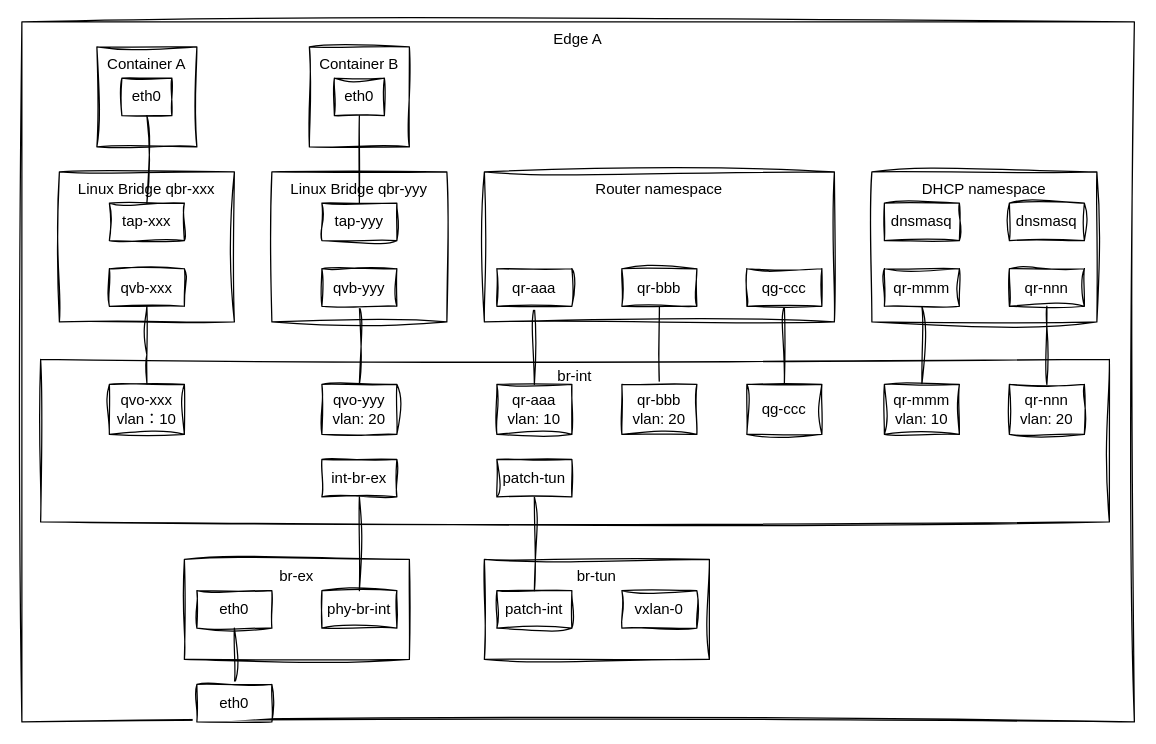
wangkuntian/draw keeps this draw.io diagram as page "单节点跨子网" (2 of 5) of test.drawio. Above is the earlier version. Source tidied: cells renumbered, new cells numbered last; positions are measured from the earlier drawing's top-left corner, leaving out a move shared by most shapes. Both pictures are drawn from the tidied source at 125%, with x=0, y=0 at pixel (21, 21).
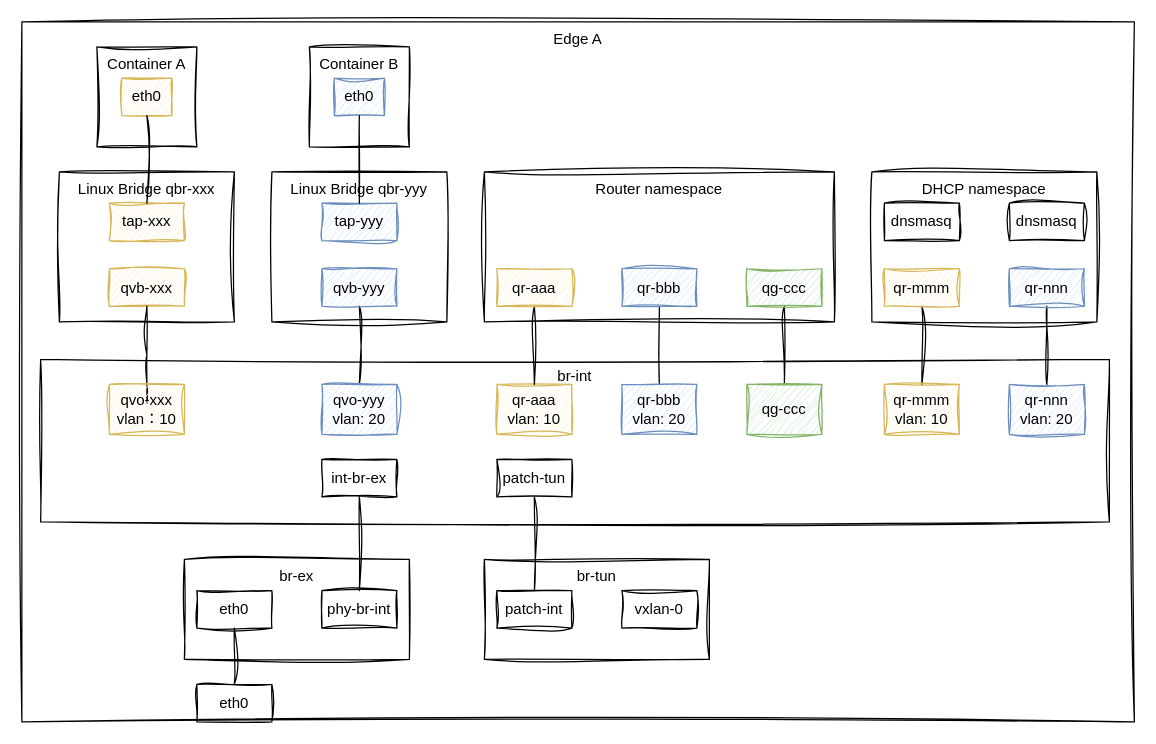
The same diagram, later.

Diff of the diagram source:
```diff
@@
-    <mxCell id="2" value="Edge A" style="rounded=0;whiteSpace=wrap;html=1;verticalAlign=top;labelBackgroundColor=none;sketch=1;curveFitting=1;jiggle=2;" parent="1" vertex="1">
+    <mxCell id="2" value="Edge A" style="rounded=0;whiteSpace=wrap;html=1;verticalAlign=top;labelBackgroundColor=none;sketch=1;curveFitting=1;jiggle=2;fillColor=none;" parent="1" vertex="1">
       <mxGeometry width="890" height="560" as="geometry" />
     </mxCell>
-    <mxCell id="3" value="Container A" style="whiteSpace=wrap;html=1;verticalAlign=top;align=center;fontFamily=Helvetica;fontSize=12;labelBackgroundColor=none;sketch=1;curveFitting=1;jiggle=2;rounded=0;" parent="1" vertex="1">
+    <mxCell id="3" value="Container A" style="whiteSpace=wrap;html=1;verticalAlign=top;align=center;fontFamily=Helvetica;fontSize=12;labelBackgroundColor=none;sketch=1;curveFitting=1;jiggle=2;rounded=0;fillColor=none;" parent="1" vertex="1">
       <mxGeometry x="60" y="20" width="80" height="80" as="geometry" />
     </mxCell>
-    <mxCell id="4" value="eth0" style="rounded=0;whiteSpace=wrap;html=1;labelBackgroundColor=none;sketch=1;curveFitting=1;jiggle=2;" parent="1" vertex="1">
+    <mxCell id="4" value="eth0" style="rounded=0;whiteSpace=wrap;html=1;labelBackgroundColor=none;sketch=1;curveFitting=1;jiggle=2;fillColor=#fff2cc;strokeColor=#d6b656;" parent="1" vertex="1">
       <mxGeometry x="80" y="45" width="40" height="30" as="geometry" />
     </mxCell>
-    <mxCell id="5" value="Linux Bridge qbr-xxx" style="rounded=0;whiteSpace=wrap;html=1;verticalAlign=top;labelBackgroundColor=none;sketch=1;curveFitting=1;jiggle=2;" parent="1" vertex="1">
+    <mxCell id="5" value="Linux Bridge qbr-xxx" style="rounded=0;whiteSpace=wrap;html=1;verticalAlign=top;labelBackgroundColor=none;sketch=1;curveFitting=1;jiggle=2;fillColor=none;" parent="1" vertex="1">
       <mxGeometry x="30" y="120" width="140" height="120" as="geometry" />
     </mxCell>
-    <mxCell id="6" value="tap-xxx" style="rounded=0;whiteSpace=wrap;html=1;labelBackgroundColor=none;sketch=1;curveFitting=1;jiggle=2;" parent="1" vertex="1">
+    <mxCell id="6" value="tap-xxx" style="rounded=0;whiteSpace=wrap;html=1;labelBackgroundColor=none;sketch=1;curveFitting=1;jiggle=2;fillColor=#fff2cc;strokeColor=#d6b656;" parent="1" vertex="1">
       <mxGeometry x="70" y="145" width="60" height="30" as="geometry" />
     </mxCell>
-    <mxCell id="7" value="qvb-xxx" style="rounded=0;whiteSpace=wrap;html=1;labelBackgroundColor=none;sketch=1;curveFitting=1;jiggle=2;" parent="1" vertex="1">
+    <mxCell id="7" value="qvb-xxx" style="rounded=0;whiteSpace=wrap;html=1;labelBackgroundColor=none;sketch=1;curveFitting=1;jiggle=2;fillColor=#fff2cc;strokeColor=#d6b656;" parent="1" vertex="1">
       <mxGeometry x="70" y="197.5" width="60" height="30" as="geometry" />
     </mxCell>
-    <mxCell id="8" value="br-int" style="rounded=0;whiteSpace=wrap;html=1;verticalAlign=top;labelBackgroundColor=none;sketch=1;curveFitting=1;jiggle=2;" parent="1" vertex="1">
+    <mxCell id="8" value="br-int" style="rounded=0;whiteSpace=wrap;html=1;verticalAlign=top;labelBackgroundColor=none;sketch=1;curveFitting=1;jiggle=2;fillColor=none;" parent="1" vertex="1">
       <mxGeometry x="15" y="270" width="855" height="130" as="geometry" />
     </mxCell>
-    <mxCell id="9" value="DHCP namespace" style="rounded=0;whiteSpace=wrap;html=1;verticalAlign=top;labelBackgroundColor=none;sketch=1;curveFitting=1;jiggle=2;" parent="1" vertex="1">
+    <mxCell id="9" value="DHCP namespace" style="rounded=0;whiteSpace=wrap;html=1;verticalAlign=top;labelBackgroundColor=none;sketch=1;curveFitting=1;jiggle=2;fillColor=none;" parent="1" vertex="1">
       <mxGeometry x="680" y="120" width="180" height="120" as="geometry" />
     </mxCell>
@@
-    <mxCell id="11" value="qr-mmm" style="rounded=0;whiteSpace=wrap;html=1;labelBackgroundColor=none;sketch=1;curveFitting=1;jiggle=2;" parent="1" vertex="1">
+    <mxCell id="11" value="qr-mmm" style="rounded=0;whiteSpace=wrap;html=1;labelBackgroundColor=none;sketch=1;curveFitting=1;jiggle=2;fillColor=#fff2cc;strokeColor=#d6b656;" parent="1" vertex="1">
       <mxGeometry x="690" y="197.5" width="60" height="30" as="geometry" />
     </mxCell>
-    <mxCell id="12" value="qr-aaa&lt;div&gt;vlan: 10&lt;/div&gt;" style="rounded=0;whiteSpace=wrap;html=1;labelBackgroundColor=none;sketch=1;curveFitting=1;jiggle=2;" parent="1" vertex="1">
+    <mxCell id="12" value="qr-aaa&lt;div&gt;vlan: 10&lt;/div&gt;" style="rounded=0;whiteSpace=wrap;html=1;labelBackgroundColor=none;sketch=1;curveFitting=1;jiggle=2;fillColor=#fff2cc;strokeColor=#d6b656;" parent="1" vertex="1">
       <mxGeometry x="380" y="290" width="60" height="40" as="geometry" />
     </mxCell>
-    <mxCell id="13" value="qr-mmm&lt;br&gt;vlan: 10" style="rounded=0;whiteSpace=wrap;html=1;labelBackgroundColor=none;sketch=1;curveFitting=1;jiggle=2;" parent="1" vertex="1">
+    <mxCell id="13" value="qr-mmm&lt;br&gt;vlan: 10" style="rounded=0;whiteSpace=wrap;html=1;labelBackgroundColor=none;sketch=1;curveFitting=1;jiggle=2;fillColor=#fff2cc;strokeColor=#d6b656;" parent="1" vertex="1">
       <mxGeometry x="690" y="290" width="60" height="40" as="geometry" />
     </mxCell>
@@
-    <mxCell id="15" value="Router namespace" style="rounded=0;whiteSpace=wrap;html=1;verticalAlign=top;labelBackgroundColor=none;sketch=1;curveFitting=1;jiggle=2;" parent="1" vertex="1">
+    <mxCell id="15" value="Router namespace" style="rounded=0;whiteSpace=wrap;html=1;verticalAlign=top;labelBackgroundColor=none;sketch=1;curveFitting=1;jiggle=2;fillColor=none;" parent="1" vertex="1">
       <mxGeometry x="370" y="120" width="280" height="120" as="geometry" />
     </mxCell>
@@
-    <mxCell id="17" value="qr-aaa" style="rounded=0;whiteSpace=wrap;html=1;labelBackgroundColor=none;sketch=1;curveFitting=1;jiggle=2;" parent="1" vertex="1">
+    <mxCell id="17" value="qr-aaa" style="rounded=0;whiteSpace=wrap;html=1;labelBackgroundColor=none;sketch=1;curveFitting=1;jiggle=2;fillColor=#fff2cc;strokeColor=#d6b656;" parent="1" vertex="1">
       <mxGeometry x="380" y="197.5" width="60" height="30" as="geometry" />
     </mxCell>
@@
-    <mxCell id="19" value="br-tun&lt;div&gt;&lt;br&gt;&lt;/div&gt;" style="rounded=0;whiteSpace=wrap;html=1;verticalAlign=top;labelBackgroundColor=none;sketch=1;curveFitting=1;jiggle=2;" parent="1" vertex="1">
+    <mxCell id="19" value="br-tun&lt;div&gt;&lt;br&gt;&lt;/div&gt;" style="rounded=0;whiteSpace=wrap;html=1;verticalAlign=top;labelBackgroundColor=none;sketch=1;curveFitting=1;jiggle=2;fillColor=none;" parent="1" vertex="1">
       <mxGeometry x="370" y="430" width="180" height="80" as="geometry" />
     </mxCell>
-    <mxCell id="20" value="br-ex&lt;div&gt;&lt;br&gt;&lt;/div&gt;" style="rounded=0;whiteSpace=wrap;html=1;verticalAlign=top;labelBackgroundColor=none;sketch=1;curveFitting=1;jiggle=2;" parent="1" vertex="1">
+    <mxCell id="20" value="br-ex&lt;div&gt;&lt;br&gt;&lt;/div&gt;" style="rounded=0;whiteSpace=wrap;html=1;verticalAlign=top;labelBackgroundColor=none;sketch=1;curveFitting=1;jiggle=2;fillColor=none;" parent="1" vertex="1">
       <mxGeometry x="130" y="430" width="180" height="80" as="geometry" />
     </mxCell>
@@
-    <mxCell id="26" value="qr-bbb&lt;div&gt;vlan: 20&lt;/div&gt;" style="rounded=0;whiteSpace=wrap;html=1;labelBackgroundColor=none;sketch=1;curveFitting=1;jiggle=2;" parent="1" vertex="1">
+    <mxCell id="26" value="qr-bbb&lt;div&gt;vlan: 20&lt;/div&gt;" style="rounded=0;whiteSpace=wrap;html=1;labelBackgroundColor=none;sketch=1;curveFitting=1;jiggle=2;fillColor=#dae8fc;strokeColor=#6c8ebf;" parent="1" vertex="1">
       <mxGeometry x="480" y="290" width="60" height="40" as="geometry" />
     </mxCell>
@@
-    <mxCell id="28" value="eth0" style="rounded=0;whiteSpace=wrap;html=1;labelBackgroundColor=none;sketch=1;curveFitting=1;jiggle=2;" parent="1" vertex="1">
+    <mxCell id="28" value="eth0" style="rounded=0;whiteSpace=wrap;html=1;labelBackgroundColor=none;sketch=1;curveFitting=1;jiggle=2;fillColor=none;" parent="1" vertex="1">
       <mxGeometry x="140" y="530" width="60" height="30" as="geometry" />
     </mxCell>
@@
-    <mxCell id="30" value="Container B" style="whiteSpace=wrap;html=1;verticalAlign=top;align=center;fontFamily=Helvetica;fontSize=12;labelBackgroundColor=none;sketch=1;curveFitting=1;jiggle=2;rounded=0;" parent="1" vertex="1">
+    <mxCell id="30" value="Container B" style="whiteSpace=wrap;html=1;verticalAlign=top;align=center;fontFamily=Helvetica;fontSize=12;labelBackgroundColor=none;sketch=1;curveFitting=1;jiggle=2;rounded=0;fillColor=none;" parent="1" vertex="1">
       <mxGeometry x="230" y="20" width="80" height="80" as="geometry" />
     </mxCell>
-    <mxCell id="31" value="eth0" style="rounded=0;whiteSpace=wrap;html=1;labelBackgroundColor=none;sketch=1;curveFitting=1;jiggle=2;" parent="1" vertex="1">
+    <mxCell id="31" value="eth0" style="rounded=0;whiteSpace=wrap;html=1;labelBackgroundColor=none;sketch=1;curveFitting=1;jiggle=2;fillColor=#dae8fc;strokeColor=#6c8ebf;" parent="1" vertex="1">
       <mxGeometry x="250" y="45" width="40" height="30" as="geometry" />
     </mxCell>
-    <mxCell id="32" value="Linux Bridge qbr-yyy" style="rounded=0;whiteSpace=wrap;html=1;verticalAlign=top;labelBackgroundColor=none;sketch=1;curveFitting=1;jiggle=2;" parent="1" vertex="1">
+    <mxCell id="32" value="Linux Bridge qbr-yyy" style="rounded=0;whiteSpace=wrap;html=1;verticalAlign=top;labelBackgroundColor=none;sketch=1;curveFitting=1;jiggle=2;fillColor=none;" parent="1" vertex="1">
       <mxGeometry x="200" y="120" width="140" height="120" as="geometry" />
     </mxCell>
-    <mxCell id="33" value="tap-yyy" style="rounded=0;whiteSpace=wrap;html=1;labelBackgroundColor=none;sketch=1;curveFitting=1;jiggle=2;" parent="1" vertex="1">
+    <mxCell id="33" value="tap-yyy" style="rounded=0;whiteSpace=wrap;html=1;labelBackgroundColor=none;sketch=1;curveFitting=1;jiggle=2;fillColor=#dae8fc;strokeColor=#6c8ebf;" parent="1" vertex="1">
       <mxGeometry x="240" y="145" width="60" height="30" as="geometry" />
     </mxCell>
@@
-    <mxCell id="35" value="qvb-yyy" style="rounded=0;whiteSpace=wrap;html=1;labelBackgroundColor=none;sketch=1;curveFitting=1;jiggle=2;" parent="1" vertex="1">
+    <mxCell id="35" value="qvb-yyy" style="rounded=0;whiteSpace=wrap;html=1;labelBackgroundColor=none;sketch=1;curveFitting=1;jiggle=2;fillColor=#dae8fc;strokeColor=#6c8ebf;" parent="1" vertex="1">
       <mxGeometry x="240" y="197.5" width="60" height="30" as="geometry" />
     </mxCell>
@@
-    <mxCell id="37" value="qvo-xxx&lt;br&gt;vlan：10" style="rounded=0;whiteSpace=wrap;html=1;labelBackgroundColor=none;sketch=1;curveFitting=1;jiggle=2;" parent="1" vertex="1">
+    <mxCell id="37" value="qvo-xxx&lt;br&gt;vlan：10" style="rounded=0;whiteSpace=wrap;html=1;labelBackgroundColor=none;sketch=1;curveFitting=1;jiggle=2;fillColor=#fff2cc;strokeColor=#d6b656;" parent="1" vertex="1">
       <mxGeometry x="70" y="290" width="60" height="40" as="geometry" />
     </mxCell>
-    <mxCell id="38" value="qvo-yyy&lt;br&gt;vlan: 20" style="rounded=0;whiteSpace=wrap;html=1;labelBackgroundColor=none;sketch=1;curveFitting=1;jiggle=2;" parent="1" vertex="1">
+    <mxCell id="38" value="qvo-yyy&lt;br&gt;vlan: 20" style="rounded=0;whiteSpace=wrap;html=1;labelBackgroundColor=none;sketch=1;curveFitting=1;jiggle=2;fillColor=#dae8fc;strokeColor=#6c8ebf;" parent="1" vertex="1">
       <mxGeometry x="240" y="290" width="60" height="40" as="geometry" />
     </mxCell>
@@
-    <mxCell id="43" value="qr-bbb" style="rounded=0;whiteSpace=wrap;html=1;labelBackgroundColor=none;sketch=1;curveFitting=1;jiggle=2;" parent="1" vertex="1">
+    <mxCell id="43" value="qr-bbb" style="rounded=0;whiteSpace=wrap;html=1;labelBackgroundColor=none;sketch=1;curveFitting=1;jiggle=2;fillColor=#dae8fc;strokeColor=#6c8ebf;" parent="1" vertex="1">
       <mxGeometry x="480" y="197.5" width="60" height="30" as="geometry" />
     </mxCell>
@@
-    <mxCell id="45" value="qg-ccc" style="rounded=0;whiteSpace=wrap;html=1;labelBackgroundColor=none;sketch=1;curveFitting=1;jiggle=2;" parent="1" vertex="1">
+    <mxCell id="45" value="qg-ccc" style="rounded=0;whiteSpace=wrap;html=1;labelBackgroundColor=none;sketch=1;curveFitting=1;jiggle=2;fillColor=#d5e8d4;strokeColor=#82b366;" parent="1" vertex="1">
       <mxGeometry x="580" y="197.5" width="60" height="30" as="geometry" />
     </mxCell>
-    <mxCell id="46" value="qg-ccc" style="rounded=0;whiteSpace=wrap;html=1;labelBackgroundColor=none;sketch=1;curveFitting=1;jiggle=2;" parent="1" vertex="1">
+    <mxCell id="46" value="qg-ccc" style="rounded=0;whiteSpace=wrap;html=1;labelBackgroundColor=none;sketch=1;curveFitting=1;jiggle=2;fillColor=#d5e8d4;strokeColor=#82b366;" parent="1" vertex="1">
       <mxGeometry x="580" y="290" width="60" height="40" as="geometry" />
     </mxCell>
@@
-    <mxCell id="48" value="qr-nnn" style="rounded=0;whiteSpace=wrap;html=1;labelBackgroundColor=none;sketch=1;curveFitting=1;jiggle=2;" parent="1" vertex="1">
+    <mxCell id="48" value="qr-nnn" style="rounded=0;whiteSpace=wrap;html=1;labelBackgroundColor=none;sketch=1;curveFitting=1;jiggle=2;fillColor=#dae8fc;strokeColor=#6c8ebf;" parent="1" vertex="1">
       <mxGeometry x="790" y="197.5" width="60" height="30" as="geometry" />
     </mxCell>
-    <mxCell id="49" value="qr-nnn&lt;div&gt;vlan: 20&lt;/div&gt;" style="rounded=0;whiteSpace=wrap;html=1;labelBackgroundColor=none;sketch=1;curveFitting=1;jiggle=2;" parent="1" vertex="1">
+    <mxCell id="49" value="qr-nnn&lt;div&gt;vlan: 20&lt;/div&gt;" style="rounded=0;whiteSpace=wrap;html=1;labelBackgroundColor=none;sketch=1;curveFitting=1;jiggle=2;fillColor=#dae8fc;strokeColor=#6c8ebf;" parent="1" vertex="1">
       <mxGeometry x="790" y="290" width="60" height="40" as="geometry" />
     </mxCell>
```
